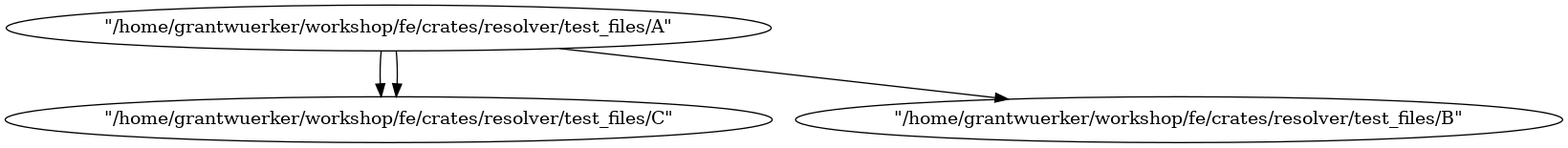
Before: crates/driver2/graph.png, a diagram exported from Graphviz (ethereum/fe). Its source is kept beside it as crates/driver2/graph.dot. Its diagram source:
```dot
digraph {
    0 [ label = "\"/home/grantwuerker/workshop/fe/crates/resolver/test_files/A\"" ]
    1 [ label = "\"/home/grantwuerker/workshop/fe/crates/resolver/test_files/C\"" ]
    2 [ label = "\"/home/grantwuerker/workshop/fe/crates/resolver/test_files/B\"" ]
    0 -> 1 [ ]
    0 -> 2 [ ]
    0 -> 1 [ ]
}
```
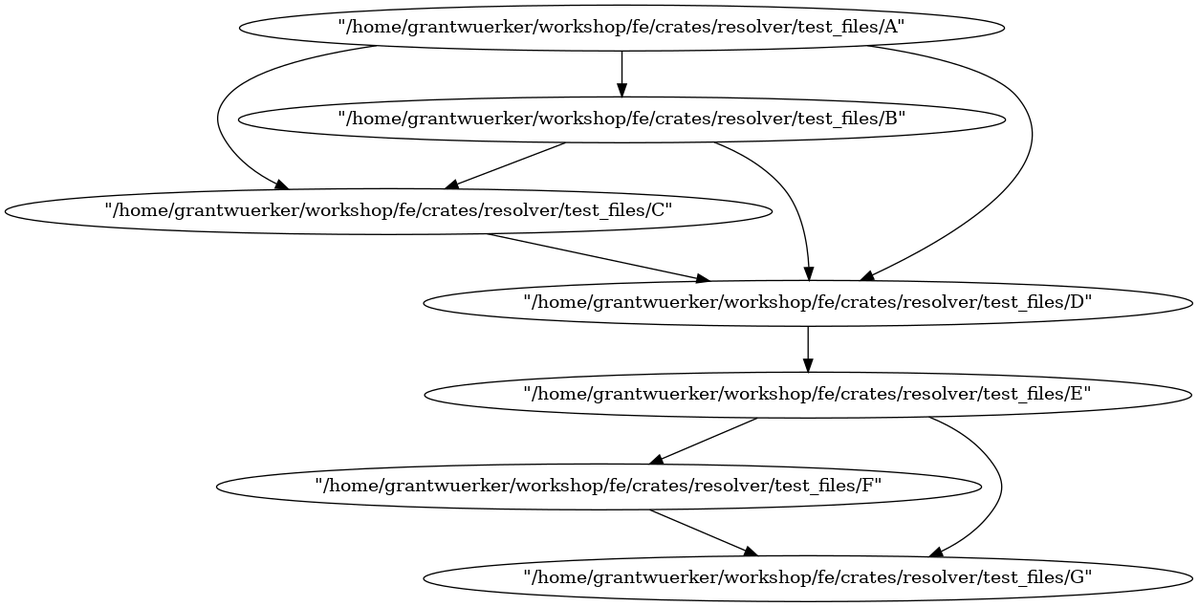
After the change.

The edit, as a diff of the source:
```diff
@@ -1,8 +1,19 @@
 digraph {
     0 [ label = "\"/home/grantwuerker/workshop/fe/crates/resolver/test_files/A\"" ]
-    1 [ label = "\"/home/grantwuerker/workshop/fe/crates/resolver/test_files/C\"" ]
-    2 [ label = "\"/home/grantwuerker/workshop/fe/crates/resolver/test_files/B\"" ]
+    1 [ label = "\"/home/grantwuerker/workshop/fe/crates/resolver/test_files/B\"" ]
+    2 [ label = "\"/home/grantwuerker/workshop/fe/crates/resolver/test_files/C\"" ]
+    3 [ label = "\"/home/grantwuerker/workshop/fe/crates/resolver/test_files/D\"" ]
+    4 [ label = "\"/home/grantwuerker/workshop/fe/crates/resolver/test_files/E\"" ]
+    5 [ label = "\"/home/grantwuerker/workshop/fe/crates/resolver/test_files/F\"" ]
+    6 [ label = "\"/home/grantwuerker/workshop/fe/crates/resolver/test_files/G\"" ]
     0 -> 1 [ ]
+    1 -> 2 [ ]
+    2 -> 3 [ ]
+    3 -> 4 [ ]
+    4 -> 5 [ ]
+    5 -> 6 [ ]
+    4 -> 6 [ ]
+    1 -> 3 [ ]
+    0 -> 3 [ ]
     0 -> 2 [ ]
-    0 -> 1 [ ]
 }
```
